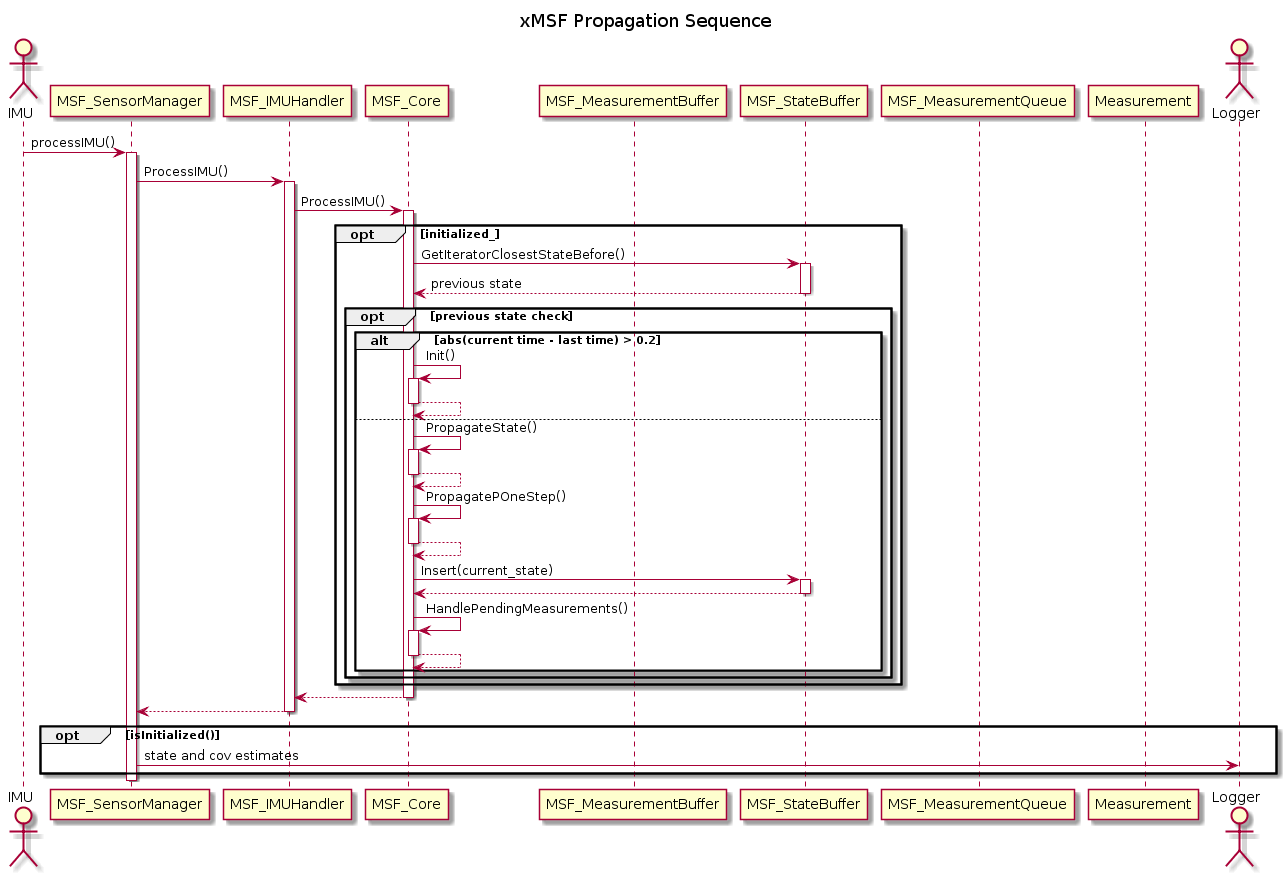
The PlantUML diagram seq_x_msf_propagation.png in jpl-x/x_uml, before a commit. Its diagram source:
```plantuml
@startuml

title xMSF Propagation Sequence

actor IMU
participant MSF_SensorManager
participant MSF_IMUHandler
participant MSF_Core
participant MSF_MeasurementBuffer
participant MSF_StateBuffer
participant MSF_MeasurementQueue
participant Measurement
actor Logger

IMU->MSF_SensorManager++: processIMU()
MSF_SensorManager->MSF_IMUHandler++: ProcessIMU()
MSF_IMUHandler->MSF_Core++: ProcessIMU()

opt initialized_

  MSF_Core->MSF_StateBuffer++: GetIteratorClosestStateBefore()
  MSF_Core<--MSF_StateBuffer--: previous state

  opt previous state check
    alt abs(current time - last time) > 0.2
      MSF_Core->MSF_Core++: Init()
      MSF_Core<--MSF_Core--
    else
      MSF_Core->MSF_Core++: PropagateState()
      MSF_Core<--MSF_Core--
      MSF_Core->MSF_Core++: PropagatePOneStep()
      MSF_Core<--MSF_Core--
      MSF_Core->MSF_StateBuffer++: Insert(current_state)
      MSF_Core<--MSF_StateBuffer--
      MSF_Core->MSF_Core++: HandlePendingMeasurements()
      MSF_Core<--MSF_Core--
    end

  end

end

MSF_IMUHandler<--MSF_Core--
MSF_SensorManager<--MSF_IMUHandler--

opt isInitialized()
  MSF_SensorManager->Logger: state and cov estimates
end

deactivate MSF_SensorManager

@enduml
```
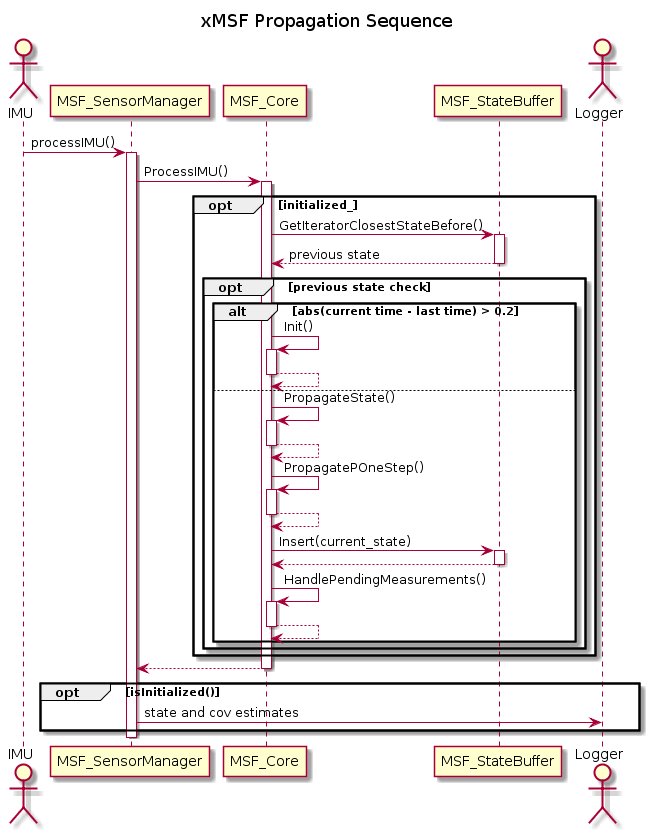
After the change.

The edit, as a diff of the source:
```diff
@@ -4,17 +4,12 @@
 
 actor IMU
 participant MSF_SensorManager
-participant MSF_IMUHandler
 participant MSF_Core
-participant MSF_MeasurementBuffer
 participant MSF_StateBuffer
-participant MSF_MeasurementQueue
-participant Measurement
 actor Logger
 
 IMU->MSF_SensorManager++: processIMU()
-MSF_SensorManager->MSF_IMUHandler++: ProcessIMU()
-MSF_IMUHandler->MSF_Core++: ProcessIMU()
+MSF_SensorManager->MSF_Core++: ProcessIMU()
 
 opt initialized_
 
@@ -40,8 +35,7 @@
 
 end
 
-MSF_IMUHandler<--MSF_Core--
-MSF_SensorManager<--MSF_IMUHandler--
+MSF_SensorManager<--MSF_Core--
 
 opt isInitialized()
   MSF_SensorManager->Logger: state and cov estimates
```
